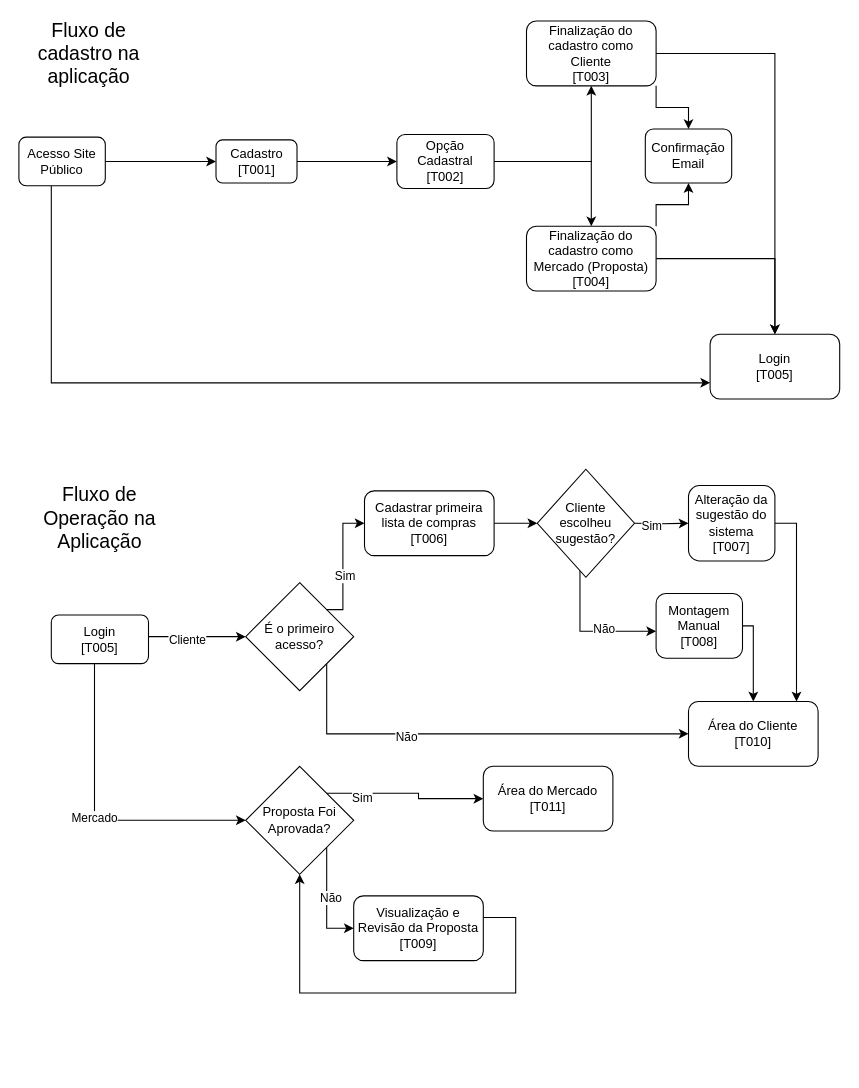
gabrielbuzzi112/smarket_mvc keeps this draw.io diagram as FluxoGramaSmarket.drawio. Above is the earlier version. Source tidied: cells renumbered, new cells numbered last; positions are measured from the earlier drawing's top-left corner, leaving out a move shared by most shapes. Both pictures are drawn from the tidied source at 108%, with x=0, y=0 at pixel (18, 21).
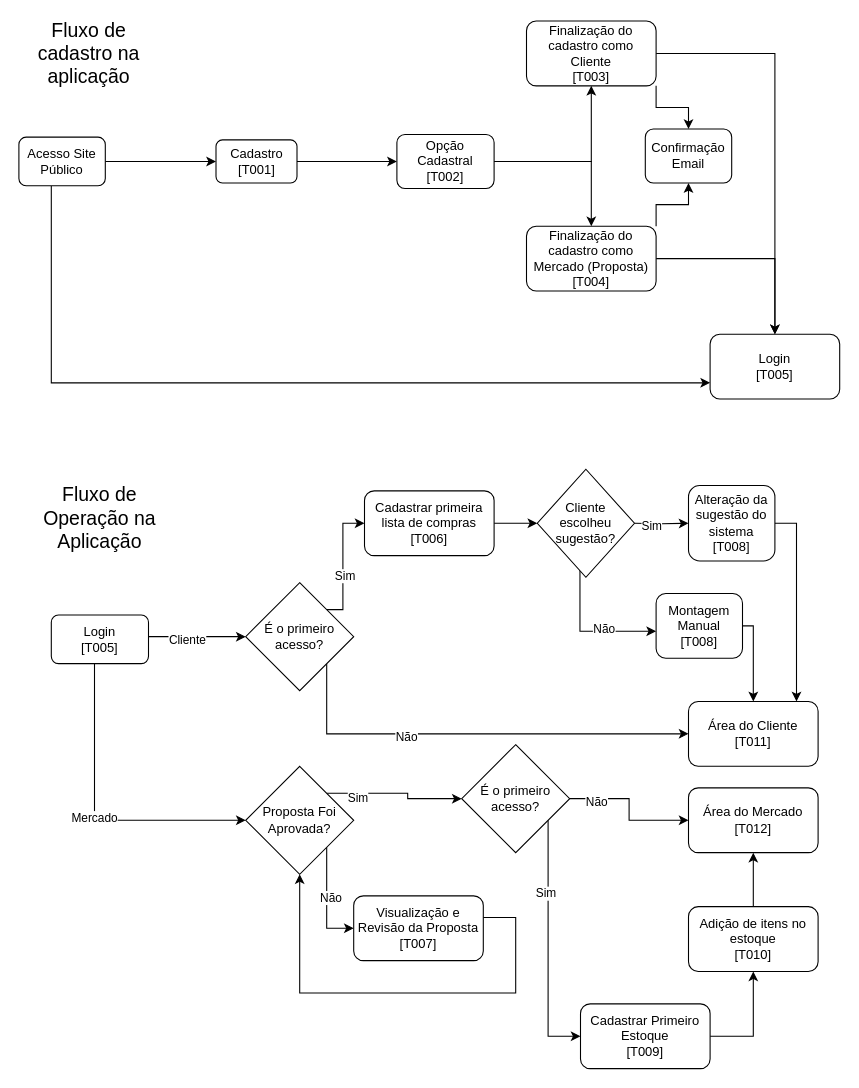
The same diagram, later.

Unchanged cells that the change refers to:
```xml
<mxCell id="31" value="Proposta Foi Aprovada?" style="rhombus;whiteSpace=wrap;html=1;" parent="1" vertex="1">
  <mxGeometry x="210" y="690" width="100" height="100" as="geometry" />
</mxCell>
```

Change to the diagram source:
```diff
@@
-    <mxCell id="27" style="edgeStyle=orthogonalEdgeStyle;rounded=0;jettySize=auto;html=1;exitX=1;exitY=0;exitDx=0;exitDy=0;" parent="1" edge="1" source="31" target="41">
+    <mxCell id="27" style="edgeStyle=orthogonalEdgeStyle;rounded=0;jettySize=auto;html=1;exitX=1;exitY=0;exitDx=0;exitDy=0;" parent="1" edge="1" source="31" target="53">
       <mxGeometry relative="1" as="geometry" />
     </mxCell>
@@
-    <mxCell id="34" value="Área do Cliente&lt;br&gt;[T010]" style="rounded=1;whiteSpace=wrap;html=1;" parent="1" vertex="1">
+    <mxCell id="34" value="Área do Cliente&lt;br&gt;[T011]" style="rounded=1;whiteSpace=wrap;html=1;" parent="1" vertex="1">
       <mxGeometry x="620" y="630" width="120" height="60" as="geometry" />
     </mxCell>
@@
-    <mxCell id="36" value="Alteração da sugestão do sistema&lt;br&gt;[T007]" style="rounded=1;whiteSpace=wrap;html=1;" parent="1" vertex="1">
+    <mxCell id="36" value="Alteração da sugestão do sistema&lt;br&gt;[T008]" style="rounded=1;whiteSpace=wrap;html=1;" parent="1" vertex="1">
       <mxGeometry x="620" y="430" width="80" height="70" as="geometry" />
     </mxCell>
@@
-    <mxCell id="39" value="Visualização e Revisão da Proposta&lt;br&gt;[T009]" style="rounded=1;whiteSpace=wrap;html=1;" parent="1" vertex="1">
+    <mxCell id="39" value="Visualização e Revisão da Proposta&lt;br&gt;[T007]" style="rounded=1;whiteSpace=wrap;html=1;" parent="1" vertex="1">
       <mxGeometry x="310" y="810" width="120" height="60" as="geometry" />
     </mxCell>
@@
-    <mxCell id="41" value="Área do Mercado&lt;br&gt;[T011]" style="rounded=1;whiteSpace=wrap;html=1;" parent="1" vertex="1">
-      <mxGeometry x="430" y="690" width="120" height="60" as="geometry" />
+    <mxCell id="41" value="Área do Mercado&lt;br&gt;[T012]" style="rounded=1;whiteSpace=wrap;html=1;" parent="1" vertex="1">
+      <mxGeometry x="620" y="710" width="120" height="60" as="geometry" />
     </mxCell>
@@
+    <mxCell id="49" style="edgeStyle=orthogonalEdgeStyle;rounded=0;jettySize=auto;html=1;entryX=0;entryY=0.5;entryDx=0;entryDy=0;" parent="1" edge="1" source="53" target="41">
+      <mxGeometry relative="1" as="geometry" />
+    </mxCell>
+    <mxCell id="50" value="Não" style="edgeLabel;html=1;align=center;verticalAlign=middle;" parent="49" vertex="1">
+      <mxGeometry x="-0.63" y="-2" relative="1" as="geometry" />
+    </mxCell>
+    <mxCell id="51" style="edgeStyle=orthogonalEdgeStyle;rounded=0;jettySize=auto;html=1;" parent="1" edge="1" source="53" target="55">
+      <mxGeometry relative="1" as="geometry">
+        <Array as="points">
+          <mxPoint x="490" y="940" />
+        </Array>
+      </mxGeometry>
+    </mxCell>
+    <mxCell id="52" value="Sim" style="edgeLabel;html=1;align=center;verticalAlign=middle;" parent="51" vertex="1">
+      <mxGeometry x="-0.42" y="-3" relative="1" as="geometry" />
+    </mxCell>
+    <mxCell id="53" value="É o primeiro acesso?" style="rhombus;whiteSpace=wrap;html=1;" parent="1" vertex="1">
+      <mxGeometry x="410" y="670" width="100" height="100" as="geometry" />
+    </mxCell>
+    <mxCell id="54" style="edgeStyle=orthogonalEdgeStyle;rounded=0;jettySize=auto;html=1;entryX=0.5;entryY=1;entryDx=0;entryDy=0;" parent="1" edge="1" source="55" target="57">
+      <mxGeometry relative="1" as="geometry">
+        <Array as="points">
+          <mxPoint x="680" y="940" />
+        </Array>
+      </mxGeometry>
+    </mxCell>
+    <mxCell id="55" value="Cadastrar Primeiro Estoque&lt;br&gt;[T009]" style="rounded=1;whiteSpace=wrap;html=1;" parent="1" vertex="1">
+      <mxGeometry x="520" y="910" width="120" height="60" as="geometry" />
+    </mxCell>
+    <mxCell id="56" style="edgeStyle=orthogonalEdgeStyle;rounded=0;jettySize=auto;html=1;" parent="1" edge="1" source="57" target="41">
+      <mxGeometry relative="1" as="geometry" />
+    </mxCell>
+    <mxCell id="57" value="Adição de itens no estoque&lt;br&gt;[T010]" style="rounded=1;whiteSpace=wrap;html=1;" parent="1" vertex="1">
+      <mxGeometry x="620" y="820" width="120" height="60" as="geometry" />
+    </mxCell>
```
